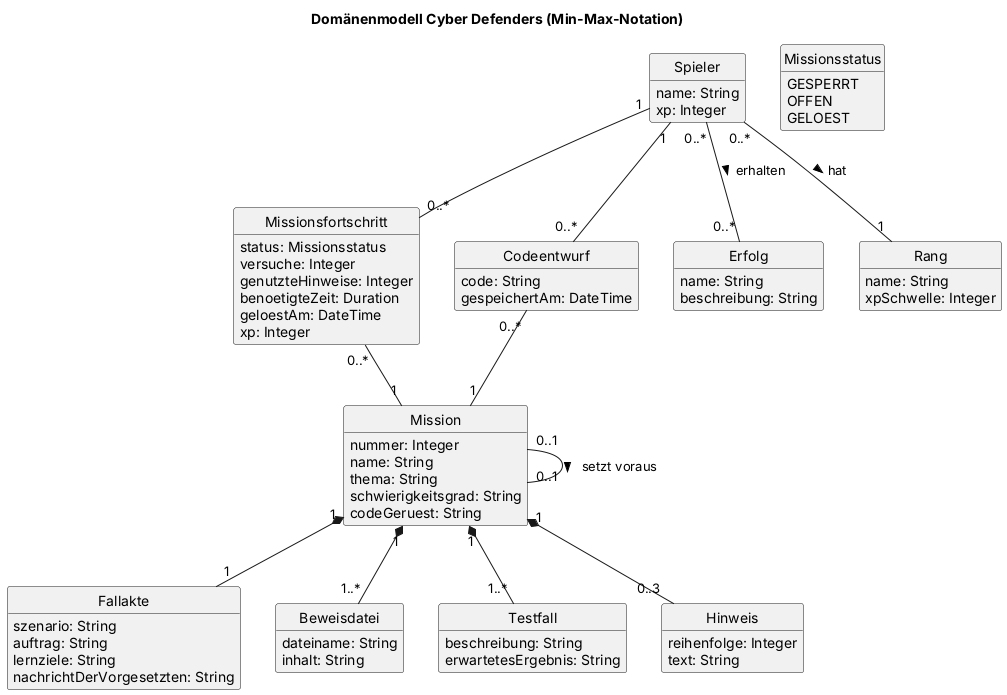
Before: docs/diagrams/domain_model_minmax.png, a diagram exported from PlantUML (Cyber-Defenders-4/Cyber-Defenders).
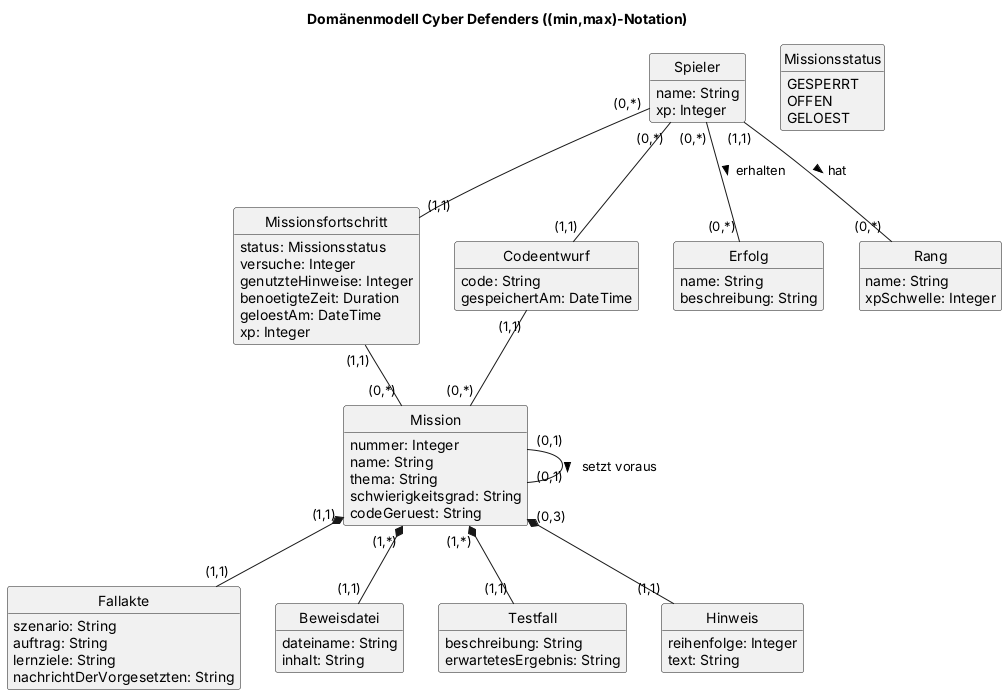
Above is the later version.

Commit message:
Domänenmodell: Min-Max-Variante in (min,max)-Notation

What changed in the source:
```diff
@@ -1,5 +1,5 @@
 @startuml domain_model_minmax
-title Domänenmodell Cyber Defenders (Min-Max-Notation)
+title Domänenmodell Cyber Defenders ((min,max)-Notation)
 skinparam shadowing false
 skinparam defaultFontName Arial
 skinparam classAttributeIconSize 0
@@ -61,16 +61,16 @@
   xpSchwelle: Integer
 }
 
-Mission "1" *-- "1" Fallakte
-Mission "1" *-- "1..*" Beweisdatei
-Mission "1" *-- "1..*" Testfall
-Mission "1" *-- "0..3" Hinweis
-Mission "0..1" -- "0..1" Mission : setzt voraus >
+Mission "(1,1)" *-- "(1,1)" Fallakte
+Mission "(1,*)" *-- "(1,1)" Beweisdatei
+Mission "(1,*)" *-- "(1,1)" Testfall
+Mission "(0,3)" *-- "(1,1)" Hinweis
+Mission "(0,1)" -- "(0,1)" Mission : setzt voraus >
 
-Spieler "1" -- "0..*" Missionsfortschritt
-Missionsfortschritt "0..*" -- "1" Mission
-Spieler "1" -- "0..*" Codeentwurf
-Codeentwurf "0..*" -- "1" Mission
-Spieler "0..*" -- "0..*" Erfolg : erhalten >
-Spieler "0..*" -- "1" Rang : hat >
+Spieler "(0,*)" -- "(1,1)" Missionsfortschritt
+Missionsfortschritt "(1,1)" -- "(0,*)" Mission
+Spieler "(0,*)" -- "(1,1)" Codeentwurf
+Codeentwurf "(1,1)" -- "(0,*)" Mission
+Spieler "(0,*)" -- "(0,*)" Erfolg : erhalten >
+Spieler "(1,1)" -- "(0,*)" Rang : hat >
 @enduml
```
